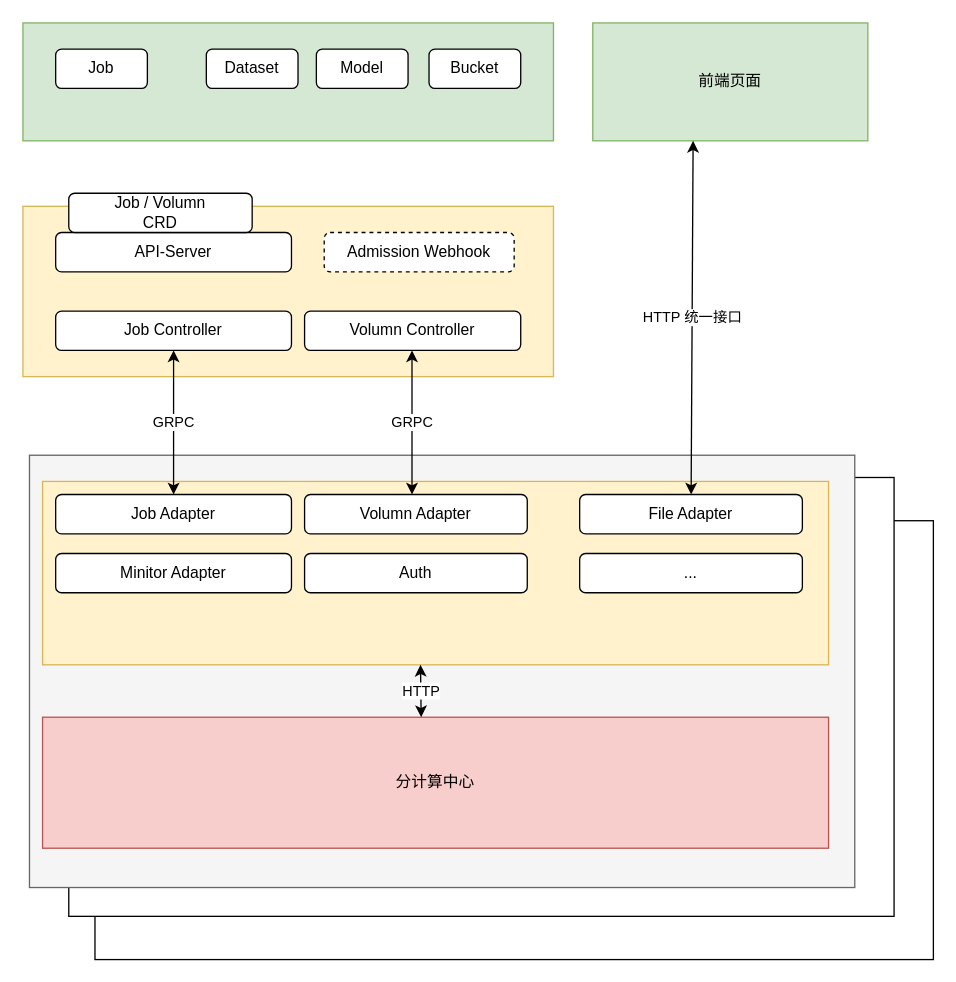
This is 分中心接入.drawio from kingstone95/diagrams, a draw.io file, before an edit. Source tidied: cells renumbered, new cells numbered last; positions are measured from the earlier drawing's top-left corner, leaving out a move shared by most shapes. Both pictures are drawn from the tidied source at 131%, with x=0, y=0 at pixel (22, 22).
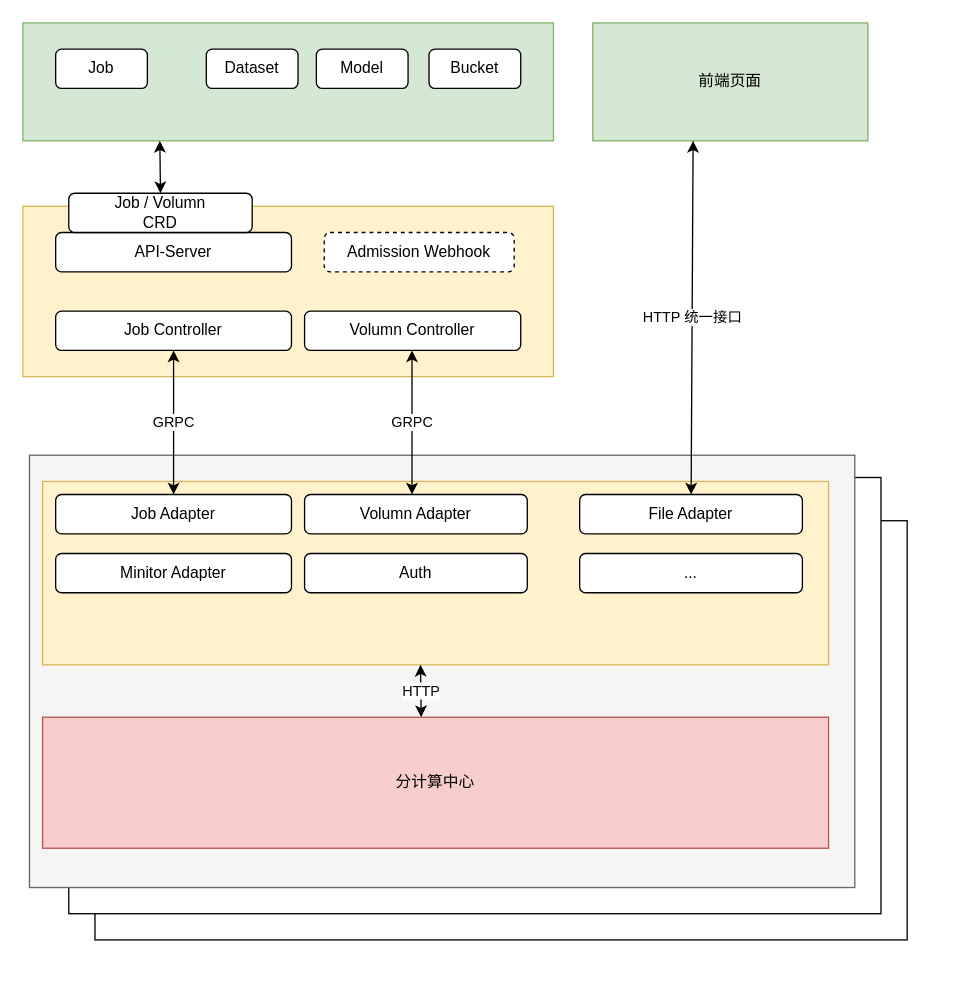
Above is the later version.

Commit message (it also covers changes not shown here):
更新分中心接入.drawio

Diff of the diagram source:
```diff
@@
     <mxCell id="2" style="rounded=0;whiteSpace=wrap;html=1;" parent="1" vertex="1">
-      <mxGeometry x="55" y="380" width="640" height="335" as="geometry" />
+      <mxGeometry x="55" y="380" width="620" height="320" as="geometry" />
     </mxCell>
     <mxCell id="3" style="rounded=0;whiteSpace=wrap;html=1;" parent="1" vertex="1">
-      <mxGeometry x="35" y="347" width="630" height="335" as="geometry" />
+      <mxGeometry x="35" y="347" width="620" height="333" as="geometry" />
     </mxCell>
@@
+    <mxCell id="29" style="endArrow=classic;startArrow=classic;html=1;rounded=0;" parent="1" edge="1">
+      <mxGeometry relative="1" as="geometry">
+        <mxPoint x="105" y="130" as="sourcePoint" />
+        <mxPoint x="104.5" y="90" as="targetPoint" />
+      </mxGeometry>
+    </mxCell>
```
